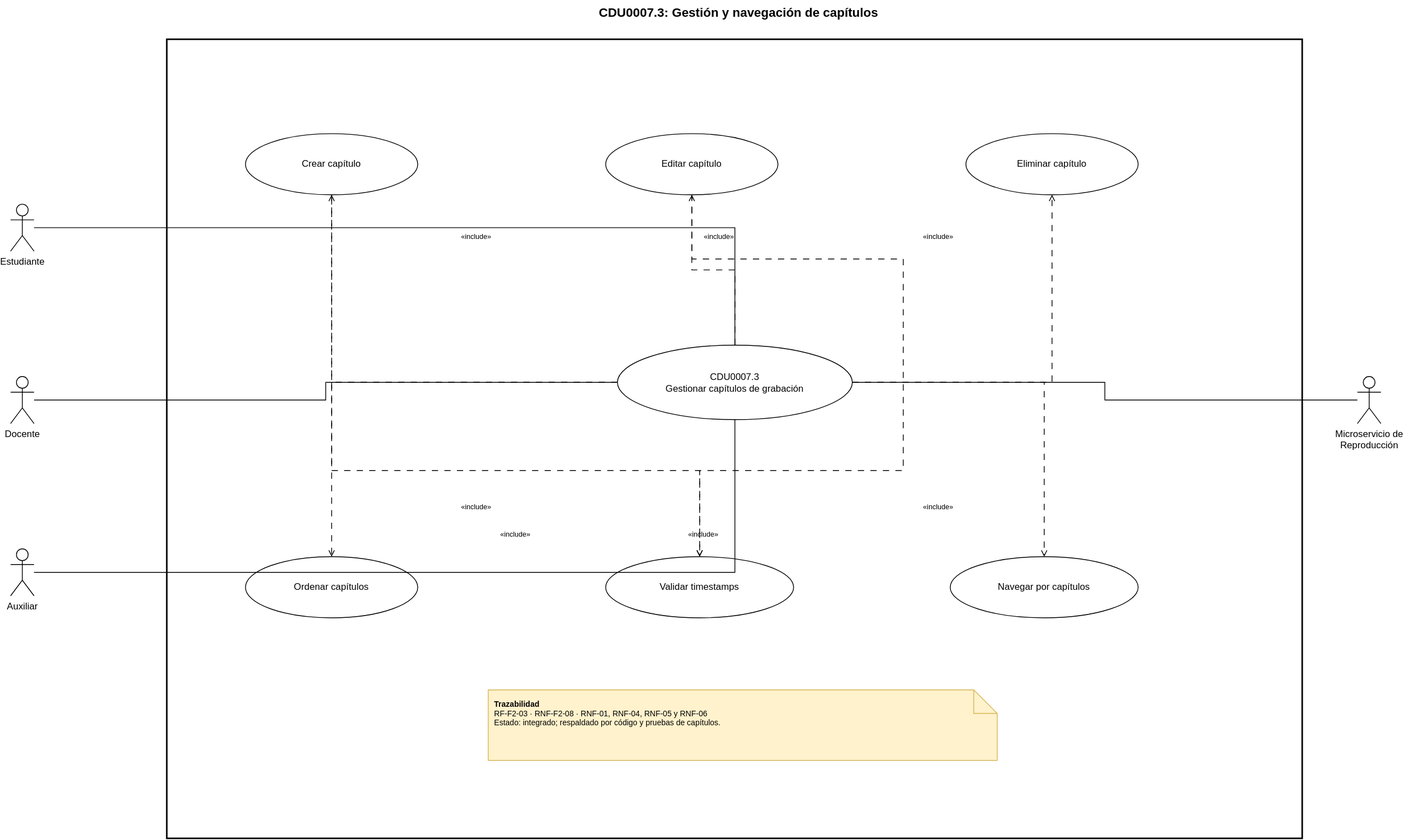
thanya-gate/SA_PROYECTO_202307691 keeps this draw.io diagram as Documentacion/CDU/CDU_Expandido_CDU30_202307691.drawio.svg. Above is the earlier version. Source tidied: cells renumbered, new cells last; positions are measured from the earlier drawing's top-left corner, leaving out a move shared by most shapes.
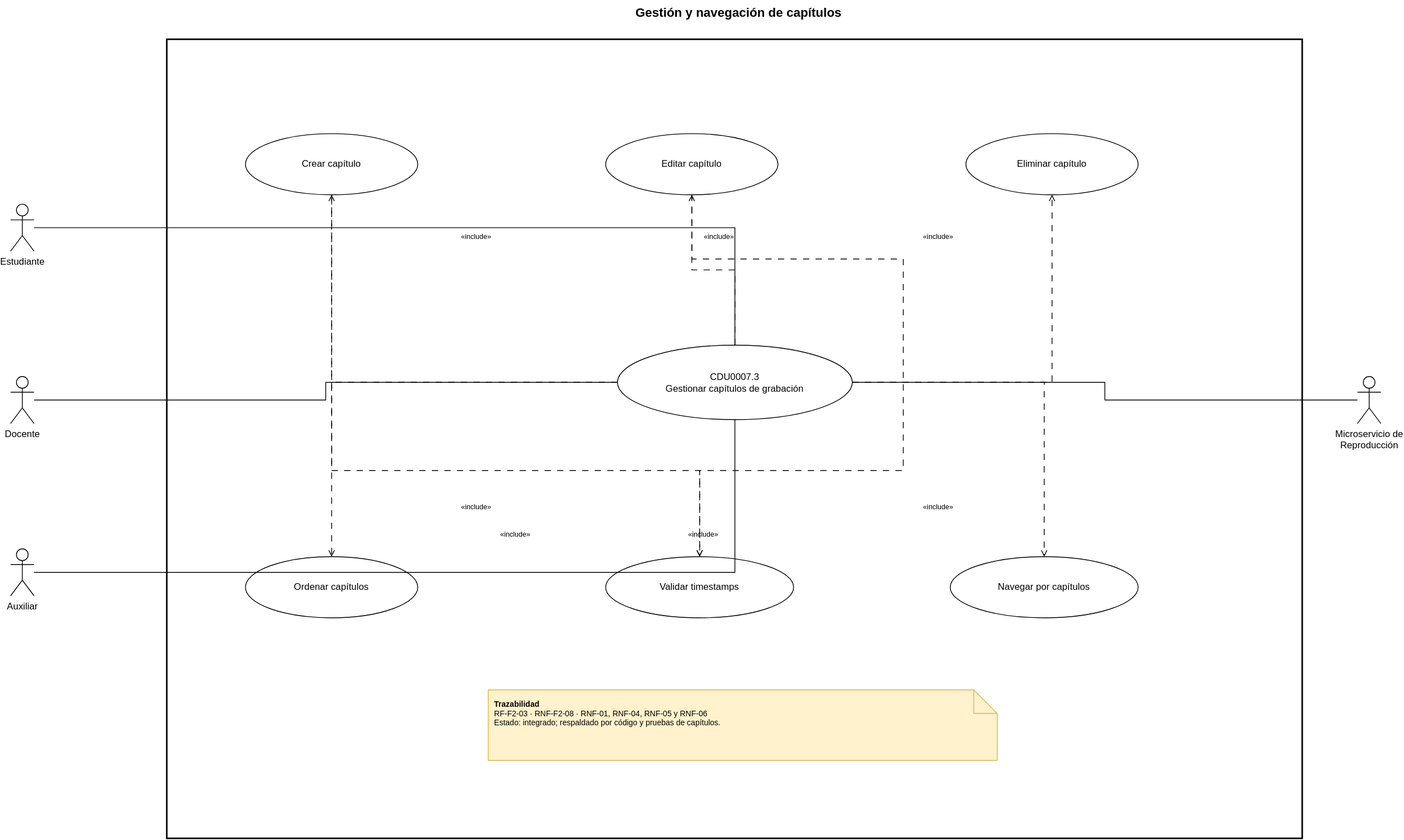
After the commit.

What changed in the source:
```diff
@@ -5,7 +5,7 @@
     <mxCell id="2" style="rounded=0;whiteSpace=wrap;html=1;fillColor=none;strokeWidth=2;" parent="1" vertex="1">
       <mxGeometry x="200" y="50" width="1450" height="1020" as="geometry" />
     </mxCell>
-    <mxCell id="3" value="CDU0007.3: Gestión y navegación de capítulos" style="text;html=1;whiteSpace=wrap;strokeColor=none;fillColor=none;align=center;verticalAlign=middle;fontStyle=1;fontSize=16;" parent="1" vertex="1">
+    <mxCell id="3" value="Gestión y navegación de capítulos" style="text;html=1;whiteSpace=wrap;strokeColor=none;fillColor=none;align=center;verticalAlign=middle;fontStyle=1;fontSize=16;" parent="1" vertex="1">
       <mxGeometry x="520" width="820" height="30" as="geometry" />
     </mxCell>
     <mxCell id="4" value="Estudiante" style="shape=umlActor;verticalLabelPosition=bottom;verticalAlign=top;html=1;" parent="1" vertex="1">
```
